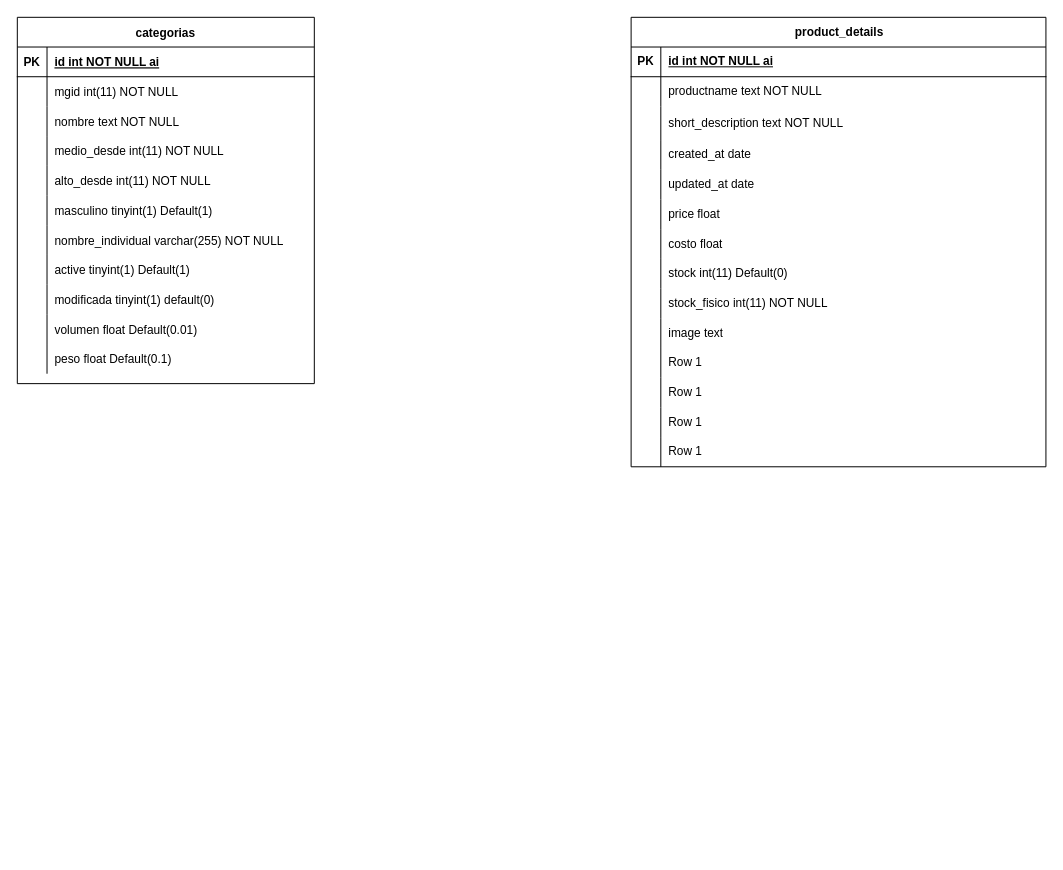
Above: poptech.drawio in DarioEB/diagramas (draw.io), before the change. Source tidied: cells renumbered, new cells numbered last; positions are measured from the earlier drawing's top-left corner, leaving out a move shared by most shapes. Both pictures are drawn from the tidied source at 99%, with x=0, y=0 at pixel (17, 17).
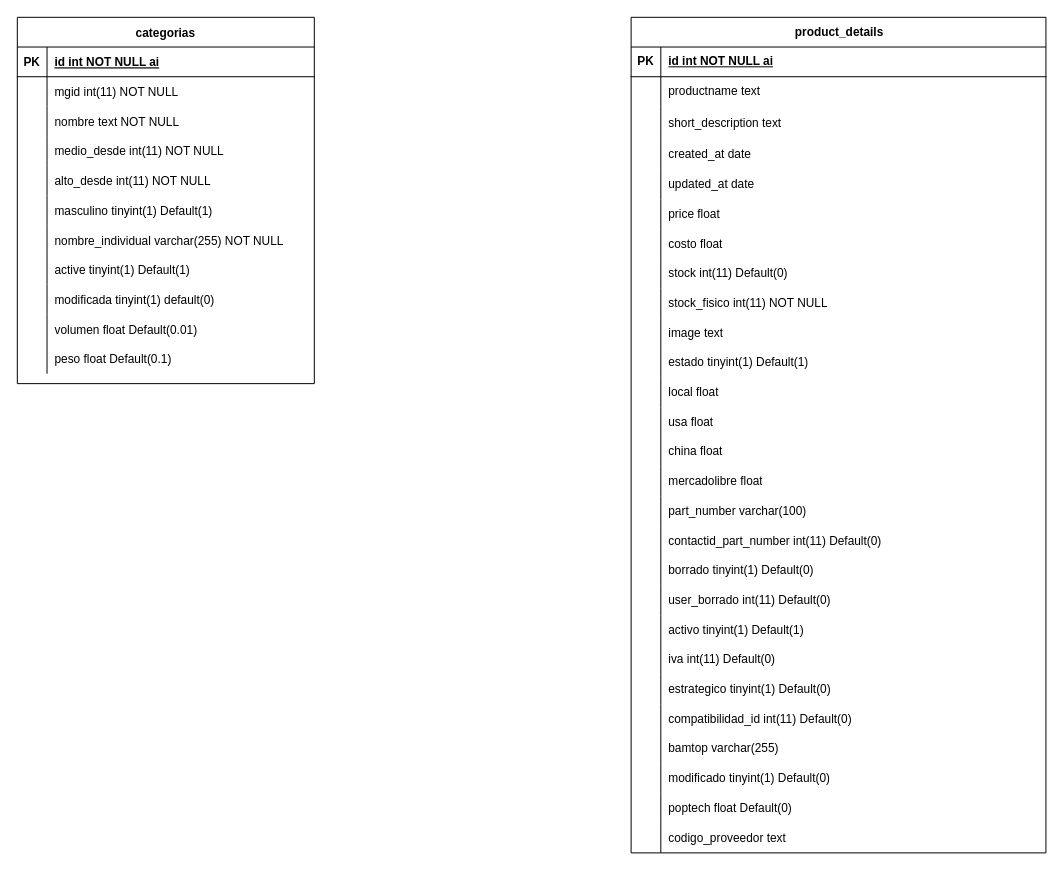
The same page after the edit.

The change refers to these unchanged cells:
```xml
<mxCell id="40" style="shape=tableRow;horizontal=0;startSize=0;swimlaneHead=0;swimlaneBody=0;fillColor=none;top=0;left=0;right=0;bottom=0;" parent="36" vertex="1">
  <mxGeometry y="60" width="419" height="30" as="geometry" />
</mxCell>
<mxCell id="43" style="shape=tableRow;horizontal=0;startSize=0;swimlaneHead=0;swimlaneBody=0;fillColor=none;top=0;left=0;right=0;bottom=0;" parent="36" vertex="1">
  <mxGeometry y="90" width="419" height="34" as="geometry" />
</mxCell>
<mxCell id="67" style="shape=tableRow;horizontal=0;startSize=0;swimlaneHead=0;swimlaneBody=0;fillColor=none;top=0;left=0;right=0;bottom=0;" parent="36" vertex="1">
  <mxGeometry y="334" width="419" height="30" as="geometry" />
</mxCell>
<mxCell id="70" style="shape=tableRow;horizontal=0;startSize=0;swimlaneHead=0;swimlaneBody=0;fillColor=none;top=0;left=0;right=0;bottom=0;" parent="36" vertex="1">
  <mxGeometry y="364" width="419" height="30" as="geometry" />
</mxCell>
<mxCell id="73" style="shape=tableRow;horizontal=0;startSize=0;swimlaneHead=0;swimlaneBody=0;fillColor=none;top=0;left=0;right=0;bottom=0;" parent="36" vertex="1">
  <mxGeometry y="394" width="419" height="30" as="geometry" />
</mxCell>
<mxCell id="76" style="shape=tableRow;horizontal=0;startSize=0;swimlaneHead=0;swimlaneBody=0;fillColor=none;top=0;left=0;right=0;bottom=0;" parent="36" vertex="1">
  <mxGeometry y="424" width="419" height="30" as="geometry" />
</mxCell>
```

What changed in the source:
```diff
@@
     <mxCell id="36" value="product_details" style="shape=table;startSize=30;childLayout=tableLayout;rowLines=0;fontStyle=1;align=center;html=1;" parent="1" vertex="1">
-      <mxGeometry x="620" width="419" height="454" as="geometry" />
+      <mxGeometry x="620" width="419" height="844" as="geometry" />
     </mxCell>
@@
-    <mxCell id="42" value="productname text NOT NULL" style="shape=partialRectangle;fillColor=none;top=0;left=0;bottom=0;right=0;align=left;spacingLeft=6;overflow=hidden;whiteSpace=wrap;html=1;" parent="40" vertex="1">
+    <mxCell id="42" value="productname text" style="shape=partialRectangle;fillColor=none;top=0;left=0;bottom=0;right=0;align=left;spacingLeft=6;overflow=hidden;whiteSpace=wrap;html=1;" parent="40" vertex="1">
       <mxGeometry x="30" width="389" height="30" as="geometry" />
     </mxCell>
@@
-    <mxCell id="45" value="short_description text NOT NULL" style="shape=partialRectangle;fillColor=none;top=0;left=0;bottom=0;right=0;align=left;spacingLeft=6;overflow=hidden;whiteSpace=wrap;html=1;" parent="43" vertex="1">
+    <mxCell id="45" value="short_description text" style="shape=partialRectangle;fillColor=none;top=0;left=0;bottom=0;right=0;align=left;spacingLeft=6;overflow=hidden;whiteSpace=wrap;html=1;" parent="43" vertex="1">
       <mxGeometry x="30" width="389" height="34" as="geometry" />
     </mxCell>
@@
-    <mxCell id="69" value="Row 1" style="shape=partialRectangle;fillColor=none;top=0;left=0;bottom=0;right=0;align=left;spacingLeft=6;overflow=hidden;whiteSpace=wrap;html=1;" parent="67" vertex="1">
+    <mxCell id="69" value="estado tinyint(1) Default(1)" style="shape=partialRectangle;fillColor=none;top=0;left=0;bottom=0;right=0;align=left;spacingLeft=6;overflow=hidden;whiteSpace=wrap;html=1;" parent="67" vertex="1">
       <mxGeometry x="30" width="389" height="30" as="geometry" />
     </mxCell>
@@
-    <mxCell id="72" value="Row 1" style="shape=partialRectangle;fillColor=none;top=0;left=0;bottom=0;right=0;align=left;spacingLeft=6;overflow=hidden;whiteSpace=wrap;html=1;" parent="70" vertex="1">
+    <mxCell id="72" value="local float" style="shape=partialRectangle;fillColor=none;top=0;left=0;bottom=0;right=0;align=left;spacingLeft=6;overflow=hidden;whiteSpace=wrap;html=1;" parent="70" vertex="1">
       <mxGeometry x="30" width="389" height="30" as="geometry" />
     </mxCell>
@@
-    <mxCell id="75" value="Row 1" style="shape=partialRectangle;fillColor=none;top=0;left=0;bottom=0;right=0;align=left;spacingLeft=6;overflow=hidden;whiteSpace=wrap;html=1;" parent="73" vertex="1">
+    <mxCell id="75" value="usa float" style="shape=partialRectangle;fillColor=none;top=0;left=0;bottom=0;right=0;align=left;spacingLeft=6;overflow=hidden;whiteSpace=wrap;html=1;" parent="73" vertex="1">
       <mxGeometry x="30" width="389" height="30" as="geometry" />
     </mxCell>
@@
-    <mxCell id="78" value="Row 1" style="shape=partialRectangle;fillColor=none;top=0;left=0;bottom=0;right=0;align=left;spacingLeft=6;overflow=hidden;whiteSpace=wrap;html=1;" parent="76" vertex="1">
+    <mxCell id="78" value="china float" style="shape=partialRectangle;fillColor=none;top=0;left=0;bottom=0;right=0;align=left;spacingLeft=6;overflow=hidden;whiteSpace=wrap;html=1;" parent="76" vertex="1">
       <mxGeometry x="30" width="389" height="30" as="geometry" />
     </mxCell>
+    <mxCell id="79" style="shape=tableRow;horizontal=0;startSize=0;swimlaneHead=0;swimlaneBody=0;fillColor=none;top=0;left=0;right=0;bottom=0;" parent="36" vertex="1">
+      <mxGeometry y="454" width="419" height="30" as="geometry" />
+    </mxCell>
+    <mxCell id="80" style="shape=partialRectangle;fillColor=none;top=0;left=0;bottom=0;right=0;overflow=hidden;whiteSpace=wrap;html=1;" parent="79" vertex="1">
+      <mxGeometry width="30" height="30" as="geometry" />
+    </mxCell>
+    <mxCell id="81" value="mercadolibre float" style="shape=partialRectangle;fillColor=none;top=0;left=0;bottom=0;right=0;align=left;spacingLeft=6;overflow=hidden;whiteSpace=wrap;html=1;" parent="79" vertex="1">
+      <mxGeometry x="30" width="389" height="30" as="geometry" />
+    </mxCell>
+    <mxCell id="82" style="shape=tableRow;horizontal=0;startSize=0;swimlaneHead=0;swimlaneBody=0;fillColor=none;top=0;left=0;right=0;bottom=0;" parent="36" vertex="1">
+      <mxGeometry y="484" width="419" height="30" as="geometry" />
+    </mxCell>
+    <mxCell id="83" style="shape=partialRectangle;fillColor=none;top=0;left=0;bottom=0;right=0;overflow=hidden;whiteSpace=wrap;html=1;" parent="82" vertex="1">
+      <mxGeometry width="30" height="30" as="geometry" />
+    </mxCell>
+    <mxCell id="84" value="part_number varchar(100)" style="shape=partialRectangle;fillColor=none;top=0;left=0;bottom=0;right=0;align=left;spacingLeft=6;overflow=hidden;whiteSpace=wrap;html=1;" parent="82" vertex="1">
+      <mxGeometry x="30" width="389" height="30" as="geometry" />
+    </mxCell>
+    <mxCell id="85" style="shape=tableRow;horizontal=0;startSize=0;swimlaneHead=0;swimlaneBody=0;fillColor=none;top=0;left=0;right=0;bottom=0;" parent="36" vertex="1">
+      <mxGeometry y="514" width="419" height="30" as="geometry" />
+    </mxCell>
+    <mxCell id="86" style="shape=partialRectangle;fillColor=none;top=0;left=0;bottom=0;right=0;overflow=hidden;whiteSpace=wrap;html=1;" parent="85" vertex="1">
+      <mxGeometry width="30" height="30" as="geometry" />
+    </mxCell>
+    <mxCell id="87" value="contactid_part_number int(11) Default(0)" style="shape=partialRectangle;fillColor=none;top=0;left=0;bottom=0;right=0;align=left;spacingLeft=6;overflow=hidden;whiteSpace=wrap;html=1;" parent="85" vertex="1">
+      <mxGeometry x="30" width="389" height="30" as="geometry" />
+    </mxCell>
+    <mxCell id="88" style="shape=tableRow;horizontal=0;startSize=0;swimlaneHead=0;swimlaneBody=0;fillColor=none;top=0;left=0;right=0;bottom=0;" parent="36" vertex="1">
+      <mxGeometry y="544" width="419" height="30" as="geometry" />
+    </mxCell>
+    <mxCell id="89" style="shape=partialRectangle;fillColor=none;top=0;left=0;bottom=0;right=0;overflow=hidden;whiteSpace=wrap;html=1;" parent="88" vertex="1">
+      <mxGeometry width="30" height="30" as="geometry" />
+    </mxCell>
+    <mxCell id="90" value="borrado tinyint(1) Default(0)" style="shape=partialRectangle;fillColor=none;top=0;left=0;bottom=0;right=0;align=left;spacingLeft=6;overflow=hidden;whiteSpace=wrap;html=1;" parent="88" vertex="1">
+      <mxGeometry x="30" width="389" height="30" as="geometry" />
+    </mxCell>
+    <mxCell id="91" style="shape=tableRow;horizontal=0;startSize=0;swimlaneHead=0;swimlaneBody=0;fillColor=none;top=0;left=0;right=0;bottom=0;" parent="36" vertex="1">
+      <mxGeometry y="574" width="419" height="30" as="geometry" />
+    </mxCell>
+    <mxCell id="92" style="shape=partialRectangle;fillColor=none;top=0;left=0;bottom=0;right=0;overflow=hidden;whiteSpace=wrap;html=1;" parent="91" vertex="1">
+      <mxGeometry width="30" height="30" as="geometry" />
+    </mxCell>
+    <mxCell id="93" value="user_borrado int(11) Default(0)" style="shape=partialRectangle;fillColor=none;top=0;left=0;bottom=0;right=0;align=left;spacingLeft=6;overflow=hidden;whiteSpace=wrap;html=1;" parent="91" vertex="1">
+      <mxGeometry x="30" width="389" height="30" as="geometry" />
+    </mxCell>
+    <mxCell id="94" style="shape=tableRow;horizontal=0;startSize=0;swimlaneHead=0;swimlaneBody=0;fillColor=none;top=0;left=0;right=0;bottom=0;" parent="36" vertex="1">
+      <mxGeometry y="604" width="419" height="30" as="geometry" />
+    </mxCell>
+    <mxCell id="95" style="shape=partialRectangle;fillColor=none;top=0;left=0;bottom=0;right=0;overflow=hidden;whiteSpace=wrap;html=1;" parent="94" vertex="1">
+      <mxGeometry width="30" height="30" as="geometry" />
+    </mxCell>
+    <mxCell id="96" value="activo tinyint(1) Default(1)" style="shape=partialRectangle;fillColor=none;top=0;left=0;bottom=0;right=0;align=left;spacingLeft=6;overflow=hidden;whiteSpace=wrap;html=1;" parent="94" vertex="1">
+      <mxGeometry x="30" width="389" height="30" as="geometry" />
+    </mxCell>
+    <mxCell id="97" style="shape=tableRow;horizontal=0;startSize=0;swimlaneHead=0;swimlaneBody=0;fillColor=none;top=0;left=0;right=0;bottom=0;" parent="36" vertex="1">
+      <mxGeometry y="634" width="419" height="30" as="geometry" />
+    </mxCell>
+    <mxCell id="98" style="shape=partialRectangle;fillColor=none;top=0;left=0;bottom=0;right=0;overflow=hidden;whiteSpace=wrap;html=1;" parent="97" vertex="1">
+      <mxGeometry width="30" height="30" as="geometry" />
+    </mxCell>
+    <mxCell id="99" value="iva int(11) Default(0)" style="shape=partialRectangle;fillColor=none;top=0;left=0;bottom=0;right=0;align=left;spacingLeft=6;overflow=hidden;whiteSpace=wrap;html=1;" parent="97" vertex="1">
+      <mxGeometry x="30" width="389" height="30" as="geometry" />
+    </mxCell>
+    <mxCell id="100" style="shape=tableRow;horizontal=0;startSize=0;swimlaneHead=0;swimlaneBody=0;fillColor=none;top=0;left=0;right=0;bottom=0;" parent="36" vertex="1">
+      <mxGeometry y="664" width="419" height="30" as="geometry" />
+    </mxCell>
+    <mxCell id="101" style="shape=partialRectangle;fillColor=none;top=0;left=0;bottom=0;right=0;overflow=hidden;whiteSpace=wrap;html=1;" parent="100" vertex="1">
+      <mxGeometry width="30" height="30" as="geometry" />
+    </mxCell>
+    <mxCell id="102" value="estrategico tinyint(1) Default(0)" style="shape=partialRectangle;fillColor=none;top=0;left=0;bottom=0;right=0;align=left;spacingLeft=6;overflow=hidden;whiteSpace=wrap;html=1;" parent="100" vertex="1">
+      <mxGeometry x="30" width="389" height="30" as="geometry" />
+    </mxCell>
+    <mxCell id="103" style="shape=tableRow;horizontal=0;startSize=0;swimlaneHead=0;swimlaneBody=0;fillColor=none;top=0;left=0;right=0;bottom=0;" parent="36" vertex="1">
+      <mxGeometry y="694" width="419" height="30" as="geometry" />
+    </mxCell>
+    <mxCell id="104" style="shape=partialRectangle;fillColor=none;top=0;left=0;bottom=0;right=0;overflow=hidden;whiteSpace=wrap;html=1;" parent="103" vertex="1">
+      <mxGeometry width="30" height="30" as="geometry" />
+    </mxCell>
+    <mxCell id="105" value="compatibilidad_id int(11) Default(0)" style="shape=partialRectangle;fillColor=none;top=0;left=0;bottom=0;right=0;align=left;spacingLeft=6;overflow=hidden;whiteSpace=wrap;html=1;" parent="103" vertex="1">
+      <mxGeometry x="30" width="389" height="30" as="geometry" />
+    </mxCell>
+    <mxCell id="106" style="shape=tableRow;horizontal=0;startSize=0;swimlaneHead=0;swimlaneBody=0;fillColor=none;top=0;left=0;right=0;bottom=0;" parent="36" vertex="1">
+      <mxGeometry y="724" width="419" height="30" as="geometry" />
+    </mxCell>
+    <mxCell id="107" style="shape=partialRectangle;fillColor=none;top=0;left=0;bottom=0;right=0;overflow=hidden;whiteSpace=wrap;html=1;" parent="106" vertex="1">
+      <mxGeometry width="30" height="30" as="geometry" />
+    </mxCell>
+    <mxCell id="108" value="bamtop varchar(255)" style="shape=partialRectangle;fillColor=none;top=0;left=0;bottom=0;right=0;align=left;spacingLeft=6;overflow=hidden;whiteSpace=wrap;html=1;" parent="106" vertex="1">
+      <mxGeometry x="30" width="389" height="30" as="geometry" />
+    </mxCell>
+    <mxCell id="109" style="shape=tableRow;horizontal=0;startSize=0;swimlaneHead=0;swimlaneBody=0;fillColor=none;top=0;left=0;right=0;bottom=0;" parent="36" vertex="1">
+      <mxGeometry y="754" width="419" height="30" as="geometry" />
+    </mxCell>
+    <mxCell id="110" style="shape=partialRectangle;fillColor=none;top=0;left=0;bottom=0;right=0;overflow=hidden;whiteSpace=wrap;html=1;" parent="109" vertex="1">
+      <mxGeometry width="30" height="30" as="geometry" />
+    </mxCell>
+    <mxCell id="111" value="modificado tinyint(1) Default(0)" style="shape=partialRectangle;fillColor=none;top=0;left=0;bottom=0;right=0;align=left;spacingLeft=6;overflow=hidden;whiteSpace=wrap;html=1;" parent="109" vertex="1">
+      <mxGeometry x="30" width="389" height="30" as="geometry" />
+    </mxCell>
+    <mxCell id="112" style="shape=tableRow;horizontal=0;startSize=0;swimlaneHead=0;swimlaneBody=0;fillColor=none;top=0;left=0;right=0;bottom=0;" parent="36" vertex="1">
+      <mxGeometry y="784" width="419" height="30" as="geometry" />
+    </mxCell>
+    <mxCell id="113" style="shape=partialRectangle;fillColor=none;top=0;left=0;bottom=0;right=0;overflow=hidden;whiteSpace=wrap;html=1;" parent="112" vertex="1">
+      <mxGeometry width="30" height="30" as="geometry" />
+    </mxCell>
+    <mxCell id="114" value="poptech float Default(0)" style="shape=partialRectangle;fillColor=none;top=0;left=0;bottom=0;right=0;align=left;spacingLeft=6;overflow=hidden;whiteSpace=wrap;html=1;" parent="112" vertex="1">
+      <mxGeometry x="30" width="389" height="30" as="geometry" />
+    </mxCell>
+    <mxCell id="115" style="shape=tableRow;horizontal=0;startSize=0;swimlaneHead=0;swimlaneBody=0;fillColor=none;top=0;left=0;right=0;bottom=0;" parent="36" vertex="1">
+      <mxGeometry y="814" width="419" height="30" as="geometry" />
+    </mxCell>
+    <mxCell id="116" style="shape=partialRectangle;fillColor=none;top=0;left=0;bottom=0;right=0;overflow=hidden;whiteSpace=wrap;html=1;" parent="115" vertex="1">
+      <mxGeometry width="30" height="30" as="geometry" />
+    </mxCell>
+    <mxCell id="117" value="codigo_proveedor text" style="shape=partialRectangle;fillColor=none;top=0;left=0;bottom=0;right=0;align=left;spacingLeft=6;overflow=hidden;whiteSpace=wrap;html=1;" parent="115" vertex="1">
+      <mxGeometry x="30" width="389" height="30" as="geometry" />
+    </mxCell>
```
